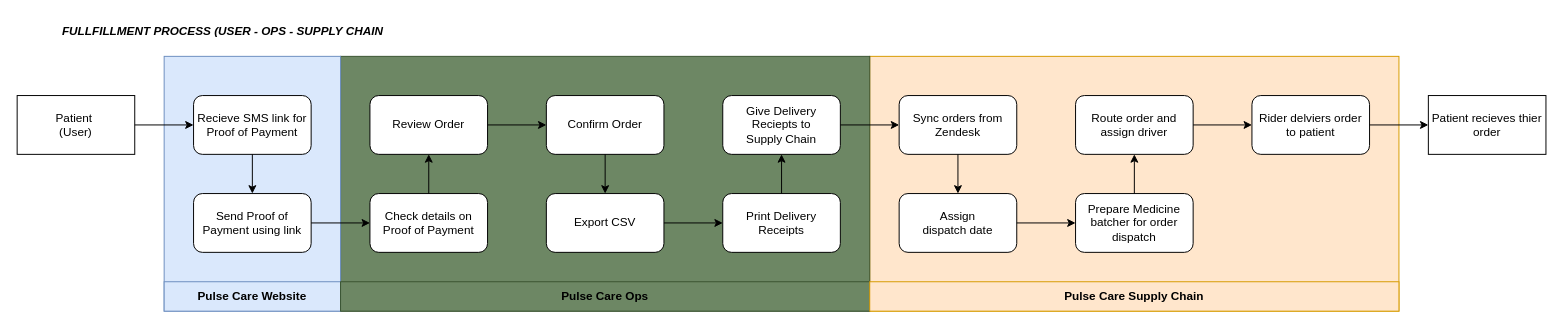
Earlier version of the draw.io diagram page "Data Flow Diagram" (1 of 2) of Patient Programs/NS Pulse Care/Fulfillment.dio (MedGrocer/diagrams). Source tidied: cells renumbered, new cells numbered last; positions are measured from the earlier drawing's top-left corner, leaving out a move shared by most shapes. Both pictures are drawn from the tidied source at 98%, with x=0, y=0 at pixel (17, 17).
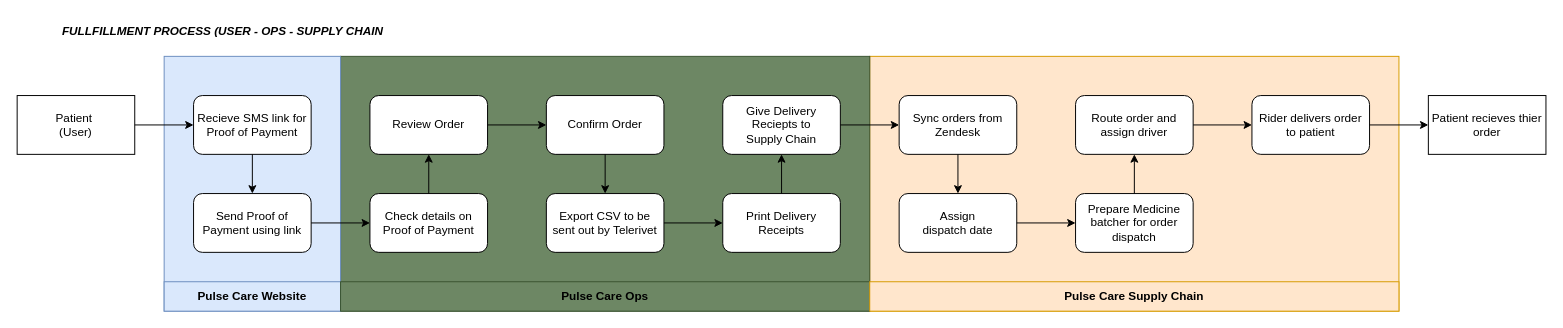
After the change.

Unchanged cells that the change refers to:
```xml
<mxCell id="2" style="group;" parent="1" vertex="1">
  <mxGeometry y="40" width="1560" height="260" as="geometry" />
</mxCell>
```

Diff of the diagram source:
```diff
@@
-    <mxCell id="17" value="Export CSV" style="rounded=1;whiteSpace=wrap;html=1;" parent="2" vertex="1">
+    <mxCell id="17" value="Export CSV to be sent out by Telerivet" style="rounded=1;whiteSpace=wrap;html=1;" parent="2" vertex="1">
       <mxGeometry x="540" y="140" width="120" height="60" as="geometry" />
     </mxCell>
@@
-    <mxCell id="31" value="Rider delviers order to patient" style="rounded=1;whiteSpace=wrap;html=1;" parent="2" vertex="1">
+    <mxCell id="31" value="Rider delivers order to patient" style="rounded=1;whiteSpace=wrap;html=1;" parent="2" vertex="1">
       <mxGeometry x="1260" y="40" width="120" height="60" as="geometry" />
     </mxCell>
```
